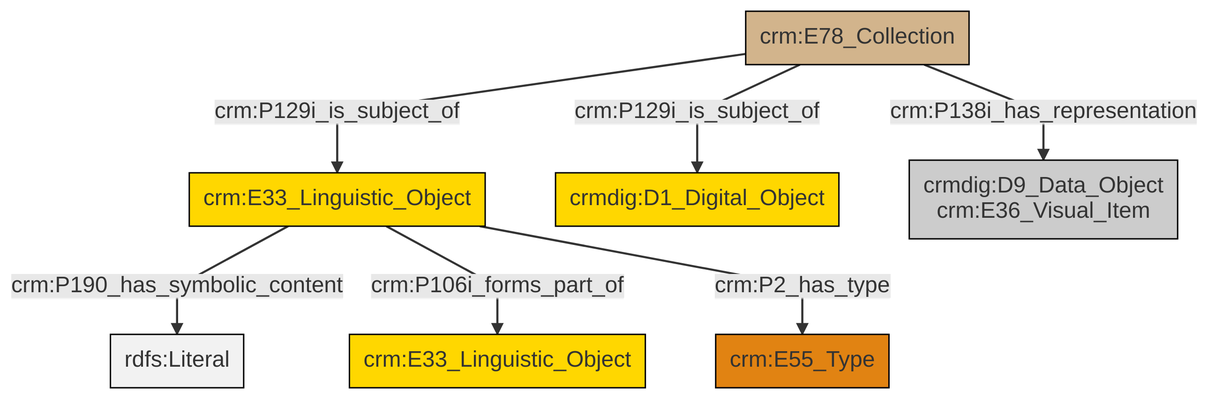
swiss-art-research-net/docs.swissartresearch keeps this Mermaid diagram as et/archivalCSV/ttl/mmd/png/archival_docs.png. Above is the earlier version. Its source is kept beside it as et/archivalCSV/ttl/mmd/archival_docs.ttl.mmd.
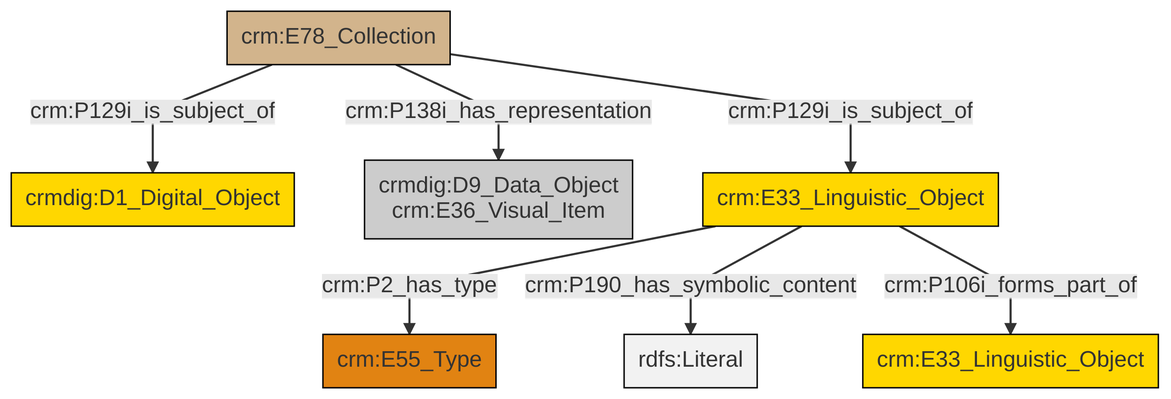
The same file after the commit.

Change to the diagram source:
```diff
@@ -13,9 +13,9 @@
 classDef PC_Classes fill:#4ce600, stroke:#000000;
 classDef Multi fill:#cccccc,stroke:#000000;
 
-0["crm:E33_Linguistic_Object"]:::Conceptual_Object -->|crm:P190_has_symbolic_content| 1[rdfs:Literal]:::Literal
-0["crm:E33_Linguistic_Object"]:::Conceptual_Object -->|crm:P106i_forms_part_of| 2["crm:E33_Linguistic_Object"]:::Conceptual_Object
-3["crm:E78_Collection"]:::Physical_Thing -->|crm:P129i_is_subject_of| 0["crm:E33_Linguistic_Object"]:::Conceptual_Object
-3["crm:E78_Collection"]:::Physical_Thing -->|crm:P129i_is_subject_of| 5["crmdig:D1_Digital_Object"]:::Conceptual_Object
-3["crm:E78_Collection"]:::Physical_Thing -->|crm:P138i_has_representation| 6["crmdig:D9_Data_Object<br>crm:E36_Visual_Item"]:::Multi
-0["crm:E33_Linguistic_Object"]:::Conceptual_Object -->|crm:P2_has_type| 9["crm:E55_Type"]:::Type
+2["crm:E78_Collection"]:::Physical_Thing -->|crm:P129i_is_subject_of| 0["crmdig:D1_Digital_Object"]:::Conceptual_Object
+2["crm:E78_Collection"]:::Physical_Thing -->|crm:P138i_has_representation| 4["crmdig:D9_Data_Object<br>crm:E36_Visual_Item"]:::Multi
+6["crm:E33_Linguistic_Object"]:::Conceptual_Object -->|crm:P2_has_type| 8["crm:E55_Type"]:::Type
+6["crm:E33_Linguistic_Object"]:::Conceptual_Object -->|crm:P190_has_symbolic_content| 13[rdfs:Literal]:::Literal
+2["crm:E78_Collection"]:::Physical_Thing -->|crm:P129i_is_subject_of| 6["crm:E33_Linguistic_Object"]:::Conceptual_Object
+6["crm:E33_Linguistic_Object"]:::Conceptual_Object -->|crm:P106i_forms_part_of| 11["crm:E33_Linguistic_Object"]:::Conceptual_Object
```
